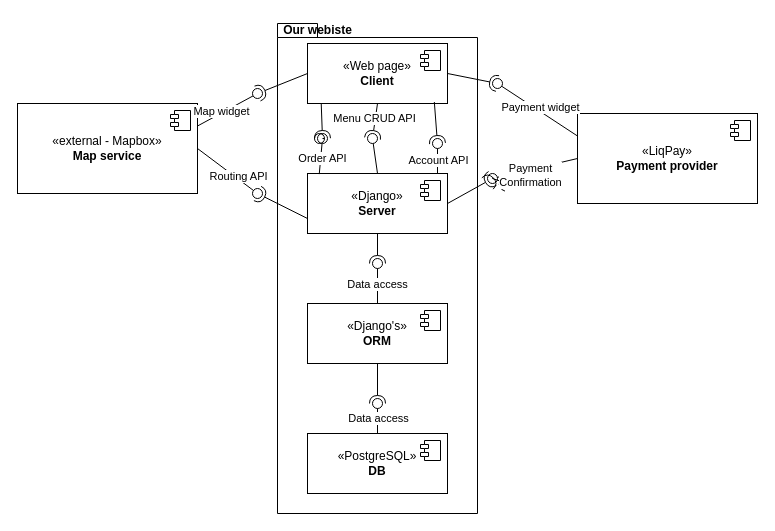
Above: docs/architecture/uml/component-diagram.drawio in ukma-cs-ssdm-2025/punkcoders (draw.io), before the change. Source tidied: cells renumbered, new cells numbered last; positions are measured from the earlier drawing's top-left corner, leaving out a move shared by most shapes. Both pictures are drawn from the tidied source at 100%, with x=0, y=0 at pixel (17, 17).
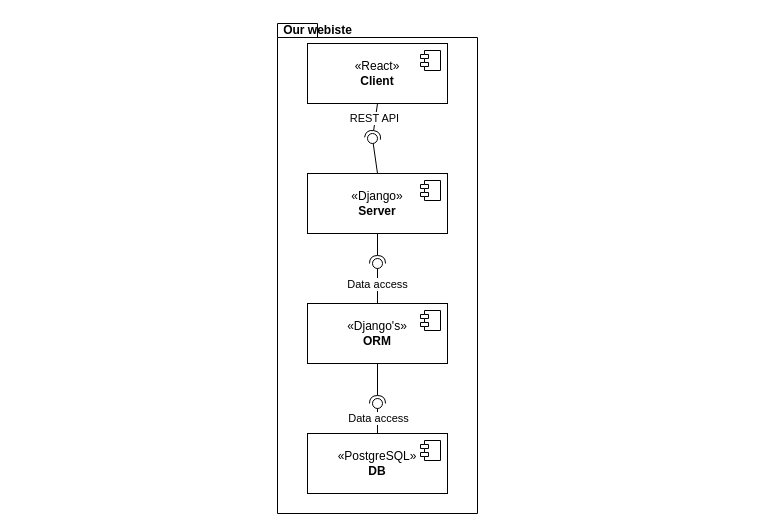
The same page after the edit.

Unchanged cells that the change refers to:
```xml
<mxCell id="3" value="«Django»&lt;br&gt;&lt;b&gt;Server&lt;/b&gt;" style="html=1;whiteSpace=wrap;" parent="1" vertex="1">
  <mxGeometry x="290" y="156" width="140" height="60" as="geometry" />
</mxCell>
<mxCell id="14" style="rounded=0;jettySize=auto;html=1;endArrow=halfCircle;endFill=0;endSize=6;strokeWidth=1;sketch=0;exitX=0.5;exitY=1;exitDx=0;exitDy=0;entryX=0.833;entryY=-0.079;entryDx=0;entryDy=0;entryPerimeter=0;" parent="1" edge="1" source="5" target="13">
  <mxGeometry relative="1" as="geometry" />
</mxCell>
```

Change to the diagram source:
```diff
@@
-    <mxCell id="5" value="«Web page»&lt;div&gt;&lt;b&gt;Client&lt;/b&gt;&lt;/div&gt;" style="html=1;whiteSpace=wrap;" parent="1" vertex="1">
+    <mxCell id="5" value="«React»&lt;div&gt;&lt;b&gt;Client&lt;/b&gt;&lt;/div&gt;" style="html=1;whiteSpace=wrap;" parent="1" vertex="1">
       <mxGeometry x="290" y="26" width="140" height="60" as="geometry" />
     </mxCell>
@@
-    <mxCell id="11" style="rounded=0;jettySize=auto;html=1;endArrow=halfCircle;endFill=0;endSize=6;strokeWidth=1;sketch=0;exitX=0.098;exitY=1;exitDx=0;exitDy=0;entryX=0.472;entryY=0.067;entryDx=0;entryDy=0;entryPerimeter=0;exitPerimeter=0;" parent="1" edge="1" source="5" target="24">
-      <mxGeometry relative="1" as="geometry" />
-    </mxCell>
-    <mxCell id="12" style="rounded=0;jettySize=auto;html=1;endArrow=oval;endFill=0;sketch=0;sourcePerimeterSpacing=0;targetPerimeterSpacing=0;endSize=10;exitX=0.084;exitY=0.01;exitDx=0;exitDy=0;exitPerimeter=0;" parent="1" edge="1" source="24">
-      <mxGeometry relative="1" as="geometry">
-        <mxPoint x="302" y="121" as="targetPoint" />
-      </mxGeometry>
-    </mxCell>
@@
-    <mxCell id="15" value="Menu CRUD API" style="edgeLabel;html=1;align=center;verticalAlign=middle;" parent="14" vertex="1">
+    <mxCell id="15" value="REST API" style="edgeLabel;html=1;align=center;verticalAlign=middle;" parent="14" vertex="1">
       <mxGeometry x="-0.17" y="-1" relative="1" as="geometry" />
     </mxCell>
@@
-    <mxCell id="18" style="rounded=0;jettySize=auto;html=1;endArrow=halfCircle;endFill=0;endSize=6;strokeWidth=1;sketch=0;exitX=0.906;exitY=0.975;exitDx=0;exitDy=0;exitPerimeter=0;" parent="1" edge="1" source="5">
-      <mxGeometry relative="1" as="geometry">
-        <mxPoint x="420" y="126" as="targetPoint" />
-      </mxGeometry>
-    </mxCell>
-    <mxCell id="19" style="rounded=0;orthogonalLoop=1;jettySize=auto;html=1;endArrow=oval;endFill=0;sketch=0;sourcePerimeterSpacing=0;targetPerimeterSpacing=0;endSize=10;" parent="1" edge="1">
-      <mxGeometry relative="1" as="geometry">
-        <mxPoint x="420" y="156" as="sourcePoint" />
-        <mxPoint x="420" y="126" as="targetPoint" />
-      </mxGeometry>
-    </mxCell>
-    <mxCell id="20" value="Account API" style="edgeLabel;html=1;align=center;verticalAlign=middle;" parent="19" vertex="1">
-      <mxGeometry x="-0.05" relative="1" as="geometry" />
-    </mxCell>
@@
-    <mxCell id="22" style="rounded=0;jettySize=auto;html=1;endArrow=oval;endFill=0;sketch=0;sourcePerimeterSpacing=0;targetPerimeterSpacing=0;endSize=10;exitX=0.084;exitY=0.01;exitDx=0;exitDy=0;exitPerimeter=0;" parent="1" edge="1" source="3" target="24">
-      <mxGeometry relative="1" as="geometry" />
-    </mxCell>
-    <mxCell id="23" value="Order API" style="edgeLabel;html=1;align=center;verticalAlign=middle;" parent="22" vertex="1">
-      <mxGeometry x="-0.1" y="-1" relative="1" as="geometry" />
-    </mxCell>
-    <mxCell id="24" style="ellipse;whiteSpace=wrap;html=1;align=center;fillColor=none;strokeColor=none;perimeter=centerPerimeter;points=[];outlineConnect=1;" parent="1" vertex="1">
-      <mxGeometry x="300" y="116" width="10" height="10" as="geometry" />
-    </mxCell>
@@
-    <mxCell id="28" style="ellipse;whiteSpace=wrap;html=1;align=center;fillColor=none;strokeColor=none;perimeter=centerPerimeter;" parent="1" vertex="1">
-      <mxGeometry x="155" y="206" width="10" height="10" as="geometry" />
-    </mxCell>
@@
-    <mxCell id="34" value="«external - Mapbox»&lt;br&gt;&lt;b&gt;Map service&lt;/b&gt;" style="html=1;whiteSpace=wrap;" parent="1" vertex="1">
-      <mxGeometry y="86" width="180" height="90" as="geometry" />
-    </mxCell>
-    <mxCell id="35" style="shape=module;jettyWidth=8;jettyHeight=4;" parent="34" vertex="1">
-      <mxGeometry x="1" width="20" height="20" relative="1" as="geometry">
-        <mxPoint x="-27" y="7" as="offset" />
-      </mxGeometry>
-    </mxCell>
-    <mxCell id="36" style="rounded=0;jettySize=auto;html=1;endArrow=halfCircle;endFill=0;endSize=6;strokeWidth=1;sketch=0;exitX=0;exitY=0.5;exitDx=0;exitDy=0;" parent="1" edge="1" source="5">
-      <mxGeometry relative="1" as="geometry">
-        <mxPoint x="240" y="76" as="targetPoint" />
-      </mxGeometry>
-    </mxCell>
-    <mxCell id="37" style="ellipse;whiteSpace=wrap;html=1;align=center;fillColor=none;strokeColor=none;perimeter=centerPerimeter;" parent="1" vertex="1">
-      <mxGeometry x="195" y="62" width="10" height="10" as="geometry" />
-    </mxCell>
-    <mxCell id="38" style="rounded=0;jettySize=auto;html=1;endArrow=oval;endFill=0;sketch=0;sourcePerimeterSpacing=0;targetPerimeterSpacing=0;endSize=10;exitX=1;exitY=0.25;exitDx=0;exitDy=0;" parent="1" edge="1" source="34">
-      <mxGeometry relative="1" as="geometry">
-        <mxPoint x="240" y="76" as="targetPoint" />
-      </mxGeometry>
-    </mxCell>
-    <mxCell id="39" value="&lt;div&gt;Map widget&lt;/div&gt;" style="edgeLabel;html=1;align=center;verticalAlign=middle;" parent="38" vertex="1">
-      <mxGeometry x="-0.18" y="2" relative="1" as="geometry" />
-    </mxCell>
-    <mxCell id="40" style="rounded=0;jettySize=auto;html=1;endArrow=halfCircle;endFill=0;endSize=6;strokeWidth=1;sketch=0;exitX=0;exitY=0.75;exitDx=0;exitDy=0;" parent="1" edge="1" source="3">
-      <mxGeometry relative="1" as="geometry">
-        <mxPoint x="240" y="176" as="targetPoint" />
-      </mxGeometry>
-    </mxCell>
-    <mxCell id="41" style="rounded=0;jettySize=auto;html=1;endArrow=oval;endFill=0;sketch=0;sourcePerimeterSpacing=0;targetPerimeterSpacing=0;endSize=10;exitX=1;exitY=0.5;exitDx=0;exitDy=0;" parent="1" edge="1" source="34">
-      <mxGeometry relative="1" as="geometry">
-        <mxPoint x="240" y="176" as="targetPoint" />
-      </mxGeometry>
-    </mxCell>
-    <mxCell id="42" value="Routing API" style="edgeLabel;html=1;align=center;verticalAlign=middle;" parent="41" vertex="1">
-      <mxGeometry x="0.31" y="2" relative="1" as="geometry" />
-    </mxCell>
@@
-    <mxCell id="44" value="«LiqPay»&lt;br&gt;&lt;b&gt;Payment provider&lt;/b&gt;" style="html=1;whiteSpace=wrap;" parent="1" vertex="1">
-      <mxGeometry x="560" y="96" width="180" height="90" as="geometry" />
-    </mxCell>
-    <mxCell id="45" style="shape=module;jettyWidth=8;jettyHeight=4;" parent="44" vertex="1">
-      <mxGeometry x="1" width="20" height="20" relative="1" as="geometry">
-        <mxPoint x="-27" y="7" as="offset" />
-      </mxGeometry>
-    </mxCell>
-    <mxCell id="46" style="rounded=0;jettySize=auto;html=1;endArrow=halfCircle;endFill=0;endSize=6;strokeWidth=1;sketch=0;exitX=1;exitY=0.5;exitDx=0;exitDy=0;" parent="1" edge="1" source="5">
-      <mxGeometry relative="1" as="geometry">
-        <mxPoint x="480" y="66" as="targetPoint" />
-      </mxGeometry>
-    </mxCell>
-    <mxCell id="47" style="rounded=0;jettySize=auto;html=1;endArrow=oval;endFill=0;sketch=0;sourcePerimeterSpacing=0;targetPerimeterSpacing=0;endSize=10;exitX=0;exitY=0.25;exitDx=0;exitDy=0;" parent="1" edge="1" source="44">
-      <mxGeometry relative="1" as="geometry">
-        <mxPoint x="480" y="66" as="targetPoint" />
-      </mxGeometry>
-    </mxCell>
-    <mxCell id="48" value="&lt;div&gt;Payment widget&lt;/div&gt;" style="edgeLabel;html=1;align=center;verticalAlign=middle;" parent="47" vertex="1">
-      <mxGeometry x="-0.03" y="-4" relative="1" as="geometry">
-        <mxPoint x="-1" as="offset" />
-      </mxGeometry>
-    </mxCell>
-    <mxCell id="49" style="ellipse;whiteSpace=wrap;html=1;align=center;fillColor=none;strokeColor=none;perimeter=centerPerimeter;" parent="1" vertex="1">
-      <mxGeometry x="525" y="63" width="10" height="10" as="geometry" />
-    </mxCell>
-    <mxCell id="50" style="rounded=0;jettySize=auto;html=1;endArrow=halfCircle;endFill=0;endSize=6;strokeWidth=1;sketch=0;exitX=1;exitY=0.5;exitDx=0;exitDy=0;" parent="1" edge="1" source="55">
-      <mxGeometry relative="1" as="geometry">
-        <mxPoint x="490" y="166" as="targetPoint" />
-      </mxGeometry>
-    </mxCell>
-    <mxCell id="51" style="rounded=0;jettySize=auto;html=1;endArrow=oval;endFill=0;sketch=0;sourcePerimeterSpacing=0;targetPerimeterSpacing=0;endSize=10;exitX=0;exitY=0.5;exitDx=0;exitDy=0;" parent="1" edge="1" source="44" target="55">
-      <mxGeometry relative="1" as="geometry" />
-    </mxCell>
-    <mxCell id="52" value="&lt;div&gt;Payment&lt;/div&gt;&lt;div&gt;Confirmation&lt;/div&gt;" style="edgeLabel;html=1;align=center;verticalAlign=middle;" parent="51" vertex="1">
-      <mxGeometry x="0.14" y="5" relative="1" as="geometry" />
-    </mxCell>
-    <mxCell id="53" style="rounded=0;jettySize=auto;html=1;endArrow=halfCircle;endFill=0;endSize=6;strokeWidth=1;sketch=0;exitX=1;exitY=0.5;exitDx=0;exitDy=0;" parent="1" edge="1" source="55">
-      <mxGeometry relative="1" as="geometry">
-        <mxPoint x="470" y="166" as="targetPoint" />
-      </mxGeometry>
-    </mxCell>
-    <mxCell id="54" style="rounded=0;jettySize=auto;html=1;endArrow=halfCircle;endFill=0;endSize=6;strokeWidth=1;sketch=0;exitX=1;exitY=0.5;exitDx=0;exitDy=0;" parent="1" edge="1" source="3" target="55">
-      <mxGeometry relative="1" as="geometry" />
-    </mxCell>
-    <mxCell id="55" style="ellipse;whiteSpace=wrap;html=1;align=center;fillColor=none;strokeColor=none;perimeter=centerPerimeter;points=[];outlineConnect=1;" parent="1" vertex="1">
-      <mxGeometry x="470" y="156" width="10" height="10" as="geometry" />
-    </mxCell>
```
